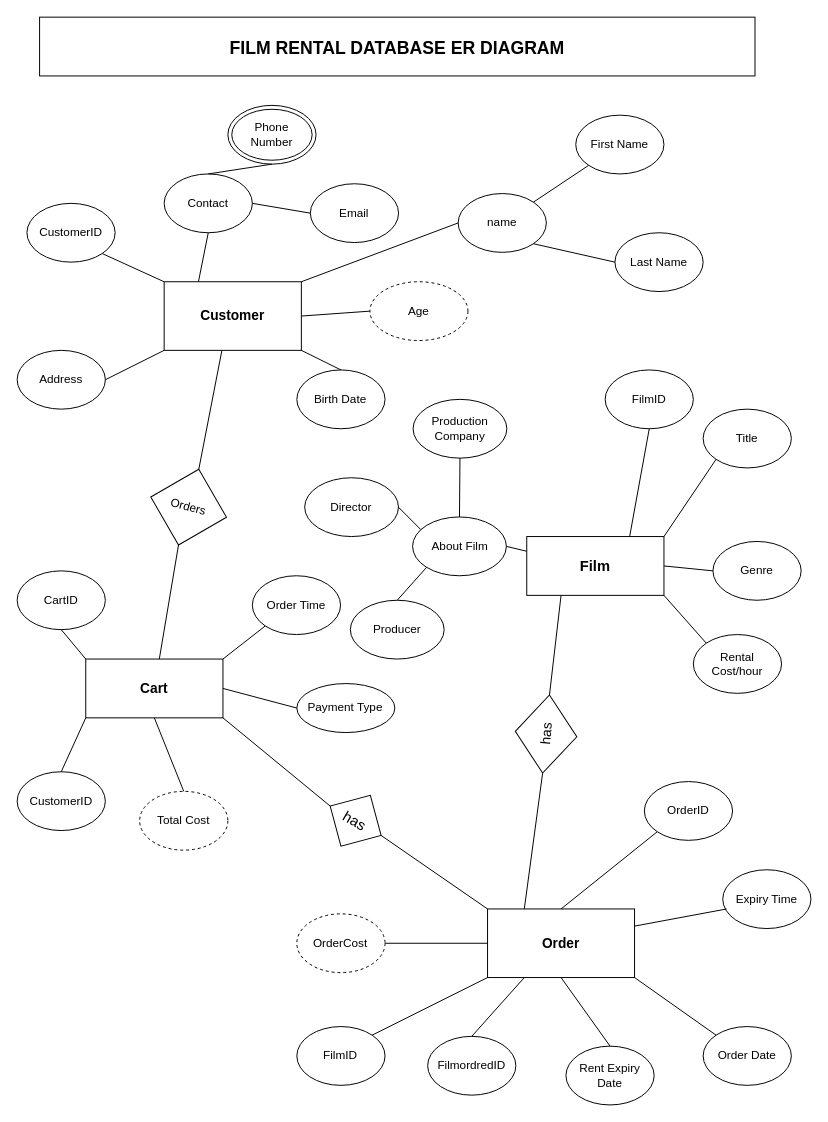
The draw.io diagram ER Diagram.drawio in Biniyamgd/Film-Rental-DBMS, before the edit. Source tidied: cells renumbered, new cells numbered last; positions are measured from the earlier drawing's top-left corner, leaving out a move shared by most shapes. Both pictures are drawn from the tidied source at 98%, with x=0, y=0 at pixel (17, 17).
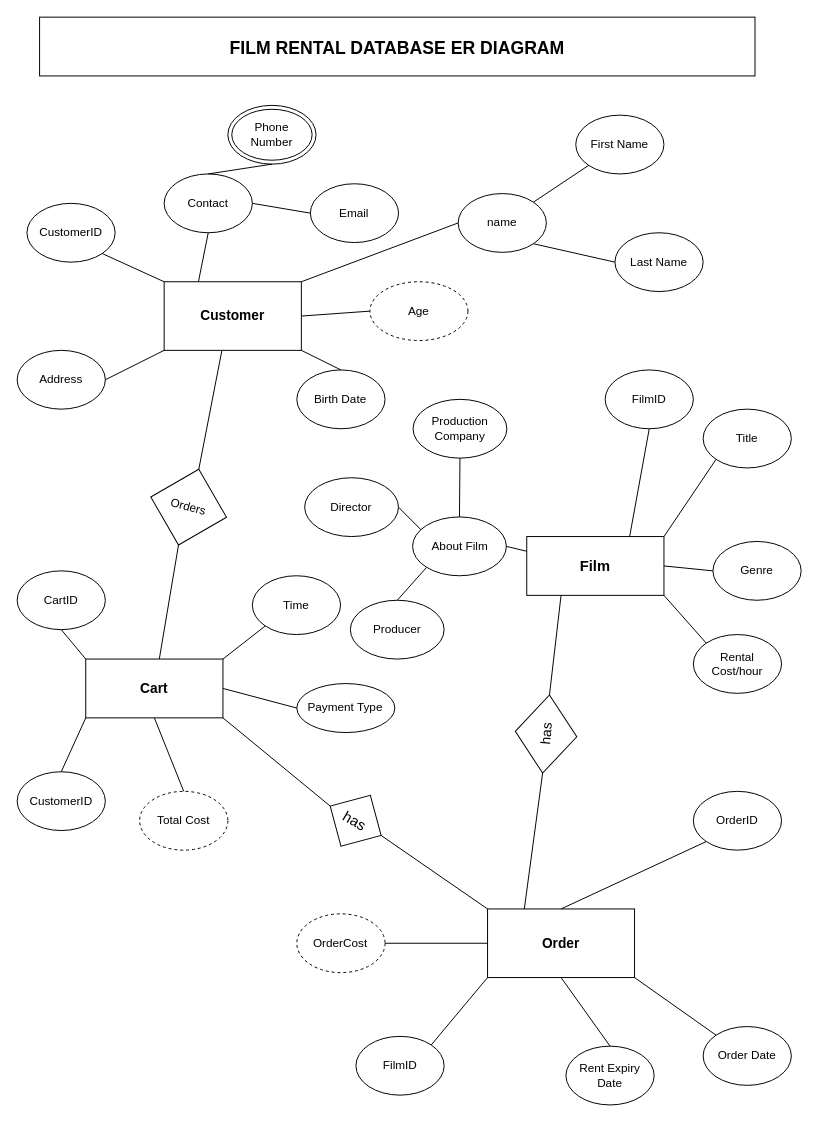
After the change.

Unchanged cells that the change refers to:
```xml
<mxCell id="17" value="&lt;div style=&quot;font-size: 13px;&quot;&gt;&lt;font style=&quot;font-size: 14px;&quot;&gt;&lt;b&gt;Order&lt;/b&gt;&lt;/font&gt;&lt;/div&gt;" style="rounded=0;whiteSpace=wrap;html=1;direction=west;" parent="1" vertex="1">
  <mxGeometry x="480" y="910" width="150" height="70" as="geometry" />
</mxCell>
```

The edit, as a diff of the source:
```diff
@@
     <mxCell id="16" value="OrderID" style="ellipse;whiteSpace=wrap;html=1;" parent="1" vertex="1">
-      <mxGeometry x="640" y="780" width="90" height="60" as="geometry" />
+      <mxGeometry x="690" y="790" width="90" height="60" as="geometry" />
     </mxCell>
@@
-    <mxCell id="19" value="Expiry Time" style="ellipse;whiteSpace=wrap;html=1;" parent="1" vertex="1">
-      <mxGeometry x="720" y="870" width="90" height="60" as="geometry" />
-    </mxCell>
-    <mxCell id="20" value="FilmordredID" style="ellipse;whiteSpace=wrap;html=1;" parent="1" vertex="1">
-      <mxGeometry x="418.9" y="1040" width="90" height="60" as="geometry" />
-    </mxCell>
@@
-    <mxCell id="36" style="endArrow=none;html=1;rounded=0;entryX=0.75;entryY=0;entryDx=0;entryDy=0;exitX=0.5;exitY=0;exitDx=0;exitDy=0;" parent="1" edge="1" source="20" target="17">
-      <mxGeometry relative="1" as="geometry" />
-    </mxCell>
-    <mxCell id="37" style="endArrow=none;html=1;rounded=0;exitX=0.044;exitY=0.667;exitDx=0;exitDy=0;exitPerimeter=0;entryX=0;entryY=0.75;entryDx=0;entryDy=0;" parent="1" edge="1" source="19" target="17">
-      <mxGeometry relative="1" as="geometry" />
-    </mxCell>
@@
-    <mxCell id="45" value="Order Time" style="ellipse;whiteSpace=wrap;html=1;" parent="1" vertex="1">
+    <mxCell id="45" value="Time" style="ellipse;whiteSpace=wrap;html=1;" parent="1" vertex="1">
       <mxGeometry x="240" y="570" width="90" height="60" as="geometry" />
     </mxCell>
@@
     <mxCell id="49" value="FilmID" style="ellipse;whiteSpace=wrap;html=1;" parent="1" vertex="1">
-      <mxGeometry x="285.4" y="1030" width="90" height="60" as="geometry" />
+      <mxGeometry x="345.7" y="1040" width="90" height="60" as="geometry" />
     </mxCell>
```
